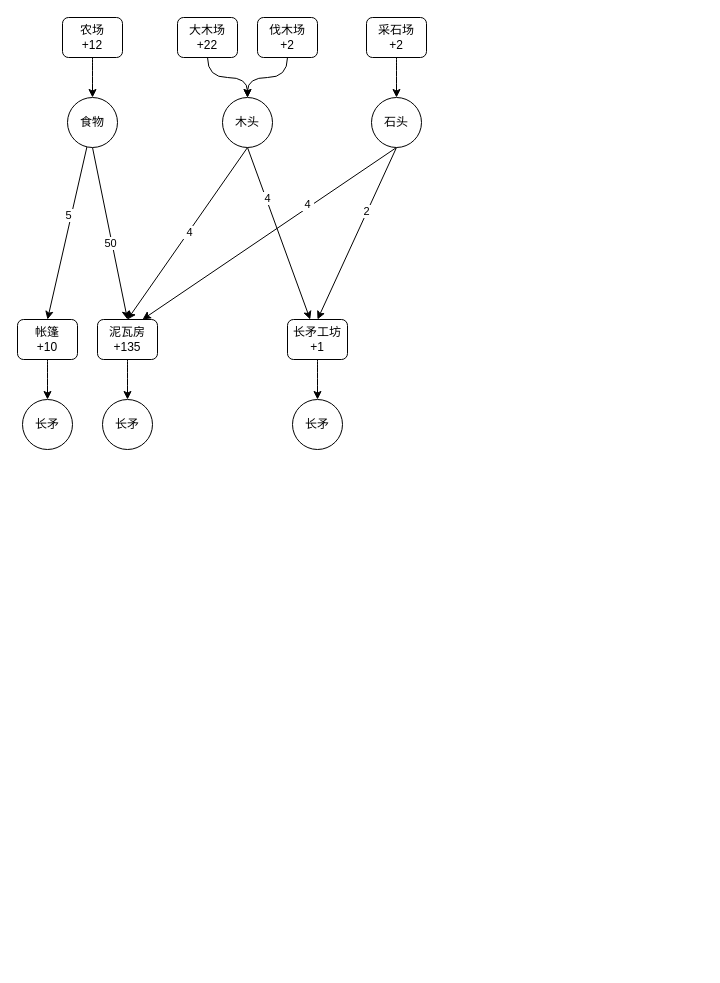
The draw.io diagram 放置文明.drawio in chenjinying1988/diagrams, before the edit. Source tidied: cells renumbered, new cells numbered last; positions are measured from the earlier drawing's top-left corner, leaving out a move shared by most shapes. Both pictures are drawn from the tidied source at 100%, with x=0, y=0 at pixel (17, 17).
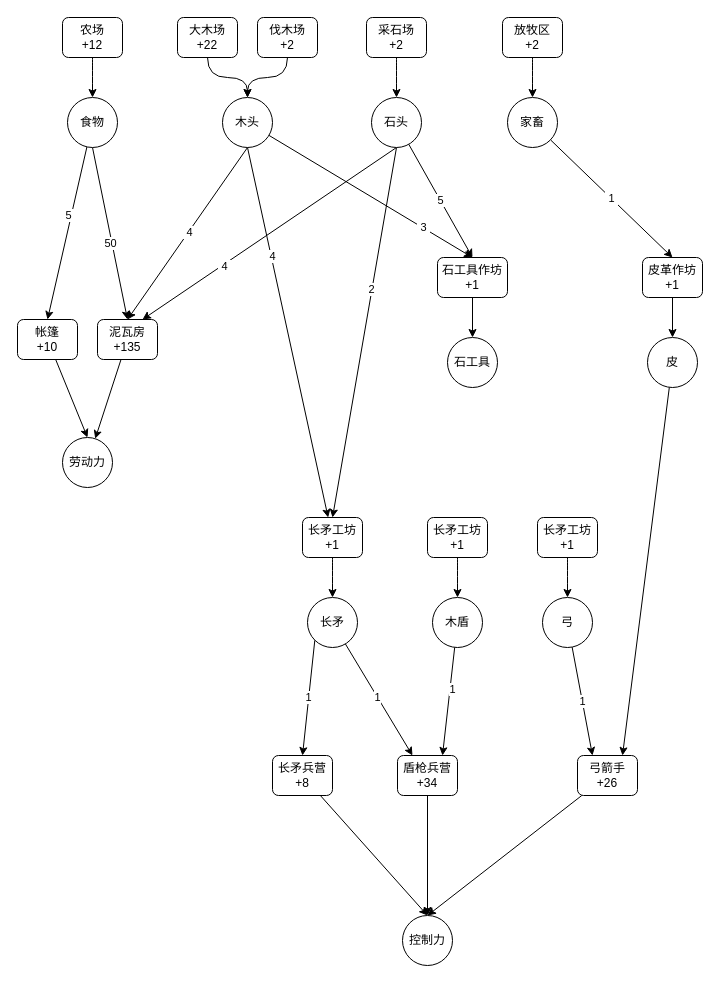
The same page after the edit.

Commit message:
更新放置文明.drawio

Unchanged cells that the change refers to:
```xml
<mxCell id="10" value="木头" style="ellipse;whiteSpace=wrap;html=1;" parent="1" vertex="1">
  <mxGeometry x="205" y="80" width="50" height="50" as="geometry" />
</mxCell>
<mxCell id="22" style="rounded=0;jettySize=auto;html=1;exitX=0.5;exitY=1;exitDx=0;exitDy=0;entryX=0.75;entryY=0;entryDx=0;entryDy=0;" parent="1" edge="1" source="24" target="32">
  <mxGeometry relative="1" as="geometry" />
</mxCell>
<mxCell id="24" value="石头" style="ellipse;whiteSpace=wrap;html=1;" parent="1" vertex="1">
  <mxGeometry x="354" y="80" width="50" height="50" as="geometry" />
</mxCell>
<mxCell id="29" value="帐篷&lt;br&gt;+10" style="rounded=1;whiteSpace=wrap;html=1;" parent="1" vertex="1">
  <mxGeometry y="302" width="60" height="40" as="geometry" />
</mxCell>
<mxCell id="32" value="泥瓦房&lt;br&gt;+135" style="rounded=1;whiteSpace=wrap;html=1;" parent="1" vertex="1">
  <mxGeometry x="80" y="302" width="60" height="40" as="geometry" />
</mxCell>
```

Change to the diagram source:
```diff
@@
+    <mxCell id="34" style="edgeStyle=none;rounded=0;jettySize=auto;html=1;entryX=0.5;entryY=0;entryDx=0;entryDy=0;" parent="1" edge="1" source="10" target="67">
+      <mxGeometry relative="1" as="geometry" />
+    </mxCell>
+    <mxCell id="35" value="&amp;nbsp;3&amp;nbsp;" style="edgeLabel;html=1;align=center;verticalAlign=middle;" parent="34" vertex="1">
+      <mxGeometry x="0.51" y="1" relative="1" as="geometry" />
+    </mxCell>
@@
     <mxCell id="23" value="&amp;nbsp;4&amp;nbsp;" style="edgeLabel;html=1;align=center;verticalAlign=middle;" parent="22" vertex="1">
-      <mxGeometry x="-0.31" y="-3" relative="1" as="geometry" />
+      <mxGeometry x="0.37" y="2" relative="1" as="geometry">
+        <mxPoint y="-1" as="offset" />
+      </mxGeometry>
     </mxCell>
+    <mxCell id="36" value="&amp;nbsp;5&amp;nbsp;" style="edgeStyle=none;rounded=0;jettySize=auto;html=1;entryX=0.5;entryY=0;entryDx=0;entryDy=0;" parent="1" edge="1" source="24" target="67">
+      <mxGeometry relative="1" as="geometry" />
+    </mxCell>
@@
     <mxCell id="26" value="长矛工坊&lt;br&gt;+1" style="rounded=1;whiteSpace=wrap;html=1;" parent="1" vertex="1">
-      <mxGeometry x="270" y="302" width="60" height="40" as="geometry" />
+      <mxGeometry x="285" y="500" width="60" height="40" as="geometry" />
     </mxCell>
+    <mxCell id="37" style="rounded=0;jettySize=auto;html=1;entryX=0.25;entryY=0;entryDx=0;entryDy=0;" parent="1" edge="1" source="27" target="45">
+      <mxGeometry relative="1" as="geometry" />
+    </mxCell>
+    <mxCell id="38" value="1" style="edgeLabel;html=1;align=center;verticalAlign=middle;" parent="37" vertex="1">
+      <mxGeometry x="-0.05" relative="1" as="geometry" />
+    </mxCell>
+    <mxCell id="39" value="1" style="edgeStyle=none;rounded=0;jettySize=auto;html=1;exitX=0;exitY=1;exitDx=0;exitDy=0;entryX=0.5;entryY=0;entryDx=0;entryDy=0;" parent="1" edge="1" source="27" target="42">
+      <mxGeometry relative="1" as="geometry" />
+    </mxCell>
     <mxCell id="27" value="长矛" style="ellipse;whiteSpace=wrap;html=1;" parent="1" vertex="1">
-      <mxGeometry x="275" y="382" width="50" height="50" as="geometry" />
+      <mxGeometry x="290" y="580" width="50" height="50" as="geometry" />
     </mxCell>
-    <mxCell id="28" style="edgeStyle=orthogonalEdgeStyle;curved=1;rounded=0;jettySize=auto;html=1;entryX=0.5;entryY=0;entryDx=0;entryDy=0;" parent="1" edge="1" source="29" target="30">
+    <mxCell id="28" style="edgeStyle=none;rounded=0;jettySize=auto;html=1;entryX=0.5;entryY=0;entryDx=0;entryDy=0;" parent="1" edge="1" source="29" target="30">
       <mxGeometry relative="1" as="geometry" />
     </mxCell>
@@
-    <mxCell id="30" value="长矛" style="ellipse;whiteSpace=wrap;html=1;" parent="1" vertex="1">
-      <mxGeometry x="5" y="382" width="50" height="50" as="geometry" />
+    <mxCell id="30" value="劳动力" style="ellipse;whiteSpace=wrap;html=1;" parent="1" vertex="1">
+      <mxGeometry x="45" y="420" width="50" height="50" as="geometry" />
     </mxCell>
-    <mxCell id="31" style="edgeStyle=orthogonalEdgeStyle;curved=1;rounded=0;jettySize=auto;html=1;entryX=0.5;entryY=0;entryDx=0;entryDy=0;" parent="1" edge="1" source="32" target="33">
-      <mxGeometry relative="1" as="geometry" />
-    </mxCell>
+    <mxCell id="40" style="edgeStyle=none;rounded=0;jettySize=auto;html=1;" parent="1" edge="1" source="32" target="30">
+      <mxGeometry relative="1" as="geometry" />
+    </mxCell>
@@
-    <mxCell id="33" value="长矛" style="ellipse;whiteSpace=wrap;html=1;" parent="1" vertex="1">
-      <mxGeometry x="85" y="382" width="50" height="50" as="geometry" />
-    </mxCell>
+    <mxCell id="41" style="edgeStyle=none;rounded=0;jettySize=auto;html=1;entryX=0.5;entryY=0;entryDx=0;entryDy=0;" parent="1" edge="1" source="42" target="43">
+      <mxGeometry relative="1" as="geometry" />
+    </mxCell>
+    <mxCell id="42" value="长矛兵营&lt;br&gt;+8" style="rounded=1;whiteSpace=wrap;html=1;" parent="1" vertex="1">
+      <mxGeometry x="255" y="738" width="60" height="40" as="geometry" />
+    </mxCell>
+    <mxCell id="43" value="控制力" style="ellipse;whiteSpace=wrap;html=1;" parent="1" vertex="1">
+      <mxGeometry x="385" y="898" width="50" height="50" as="geometry" />
+    </mxCell>
+    <mxCell id="44" style="edgeStyle=none;rounded=0;jettySize=auto;html=1;entryX=0.5;entryY=0;entryDx=0;entryDy=0;" parent="1" edge="1" source="45" target="43">
+      <mxGeometry relative="1" as="geometry" />
+    </mxCell>
+    <mxCell id="45" value="盾枪兵营&lt;br&gt;+34" style="rounded=1;whiteSpace=wrap;html=1;" parent="1" vertex="1">
+      <mxGeometry x="380" y="738" width="60" height="40" as="geometry" />
+    </mxCell>
+    <mxCell id="46" style="edgeStyle=orthogonalEdgeStyle;curved=1;rounded=0;jettySize=auto;html=1;entryX=0.5;entryY=0;entryDx=0;entryDy=0;" parent="1" edge="1" source="47" target="50">
+      <mxGeometry relative="1" as="geometry" />
+    </mxCell>
+    <mxCell id="47" value="长矛工坊&lt;br&gt;+1" style="rounded=1;whiteSpace=wrap;html=1;" parent="1" vertex="1">
+      <mxGeometry x="410" y="500" width="60" height="40" as="geometry" />
+    </mxCell>
+    <mxCell id="48" style="rounded=0;jettySize=auto;html=1;entryX=0.75;entryY=0;entryDx=0;entryDy=0;" parent="1" edge="1" source="50" target="45">
+      <mxGeometry relative="1" as="geometry" />
+    </mxCell>
+    <mxCell id="49" value="1" style="edgeLabel;html=1;align=center;verticalAlign=middle;" parent="48" vertex="1">
+      <mxGeometry x="-0.22" y="3" relative="1" as="geometry">
+        <mxPoint x="-1" as="offset" />
+      </mxGeometry>
+    </mxCell>
+    <mxCell id="50" value="木盾" style="ellipse;whiteSpace=wrap;html=1;" parent="1" vertex="1">
+      <mxGeometry x="415" y="580" width="50" height="50" as="geometry" />
+    </mxCell>
+    <mxCell id="51" style="edgeStyle=none;rounded=0;jettySize=auto;html=1;entryX=0.5;entryY=0;entryDx=0;entryDy=0;" parent="1" edge="1" source="52" target="43">
+      <mxGeometry relative="1" as="geometry" />
+    </mxCell>
+    <mxCell id="52" value="弓箭手&lt;br&gt;+26" style="rounded=1;whiteSpace=wrap;html=1;" parent="1" vertex="1">
+      <mxGeometry x="560" y="738" width="60" height="40" as="geometry" />
+    </mxCell>
+    <mxCell id="53" style="edgeStyle=orthogonalEdgeStyle;curved=1;rounded=0;jettySize=auto;html=1;entryX=0.5;entryY=0;entryDx=0;entryDy=0;" parent="1" edge="1" source="54" target="56">
+      <mxGeometry relative="1" as="geometry" />
+    </mxCell>
+    <mxCell id="54" value="长矛工坊&lt;br&gt;+1" style="rounded=1;whiteSpace=wrap;html=1;" parent="1" vertex="1">
+      <mxGeometry x="520" y="500" width="60" height="40" as="geometry" />
+    </mxCell>
+    <mxCell id="55" value="1" style="edgeStyle=none;rounded=0;jettySize=auto;html=1;entryX=0.25;entryY=0;entryDx=0;entryDy=0;" parent="1" edge="1" source="56" target="52">
+      <mxGeometry relative="1" as="geometry" />
+    </mxCell>
+    <mxCell id="56" value="弓" style="ellipse;whiteSpace=wrap;html=1;" parent="1" vertex="1">
+      <mxGeometry x="525" y="580" width="50" height="50" as="geometry" />
+    </mxCell>
+    <mxCell id="57" style="edgeStyle=none;rounded=0;jettySize=auto;html=1;entryX=0.75;entryY=0;entryDx=0;entryDy=0;" parent="1" edge="1" source="58" target="52">
+      <mxGeometry relative="1" as="geometry" />
+    </mxCell>
+    <mxCell id="58" value="皮" style="ellipse;whiteSpace=wrap;html=1;" parent="1" vertex="1">
+      <mxGeometry x="630" y="320" width="50" height="50" as="geometry" />
+    </mxCell>
+    <mxCell id="59" style="edgeStyle=none;rounded=0;jettySize=auto;html=1;entryX=0.5;entryY=0;entryDx=0;entryDy=0;" parent="1" edge="1" source="60" target="58">
+      <mxGeometry relative="1" as="geometry" />
+    </mxCell>
+    <mxCell id="60" value="皮革作坊&lt;br&gt;+1" style="rounded=1;whiteSpace=wrap;html=1;" parent="1" vertex="1">
+      <mxGeometry x="625" y="240" width="60" height="40" as="geometry" />
+    </mxCell>
+    <mxCell id="61" style="edgeStyle=orthogonalEdgeStyle;curved=1;rounded=0;jettySize=auto;html=1;entryX=0.5;entryY=0;entryDx=0;entryDy=0;" parent="1" edge="1" source="62" target="64">
+      <mxGeometry relative="1" as="geometry" />
+    </mxCell>
+    <mxCell id="62" value="放牧区&lt;br&gt;+2" style="rounded=1;whiteSpace=wrap;html=1;" parent="1" vertex="1">
+      <mxGeometry x="485" width="60" height="40" as="geometry" />
+    </mxCell>
+    <mxCell id="63" value="&amp;nbsp;1&amp;nbsp;" style="edgeStyle=none;rounded=0;jettySize=auto;html=1;entryX=0.5;entryY=0;entryDx=0;entryDy=0;" parent="1" edge="1" source="64" target="60">
+      <mxGeometry relative="1" as="geometry" />
+    </mxCell>
+    <mxCell id="64" value="家畜" style="ellipse;whiteSpace=wrap;html=1;" parent="1" vertex="1">
+      <mxGeometry x="490" y="80" width="50" height="50" as="geometry" />
+    </mxCell>
+    <mxCell id="65" value="石工具" style="ellipse;whiteSpace=wrap;html=1;" parent="1" vertex="1">
+      <mxGeometry x="430" y="320" width="50" height="50" as="geometry" />
+    </mxCell>
+    <mxCell id="66" style="edgeStyle=none;rounded=0;jettySize=auto;html=1;entryX=0.5;entryY=0;entryDx=0;entryDy=0;" parent="1" edge="1" source="67" target="65">
+      <mxGeometry relative="1" as="geometry" />
+    </mxCell>
+    <mxCell id="67" value="石工具作坊&lt;br&gt;+1" style="rounded=1;whiteSpace=wrap;html=1;" parent="1" vertex="1">
+      <mxGeometry x="420" y="240" width="70" height="40" as="geometry" />
+    </mxCell>
```
